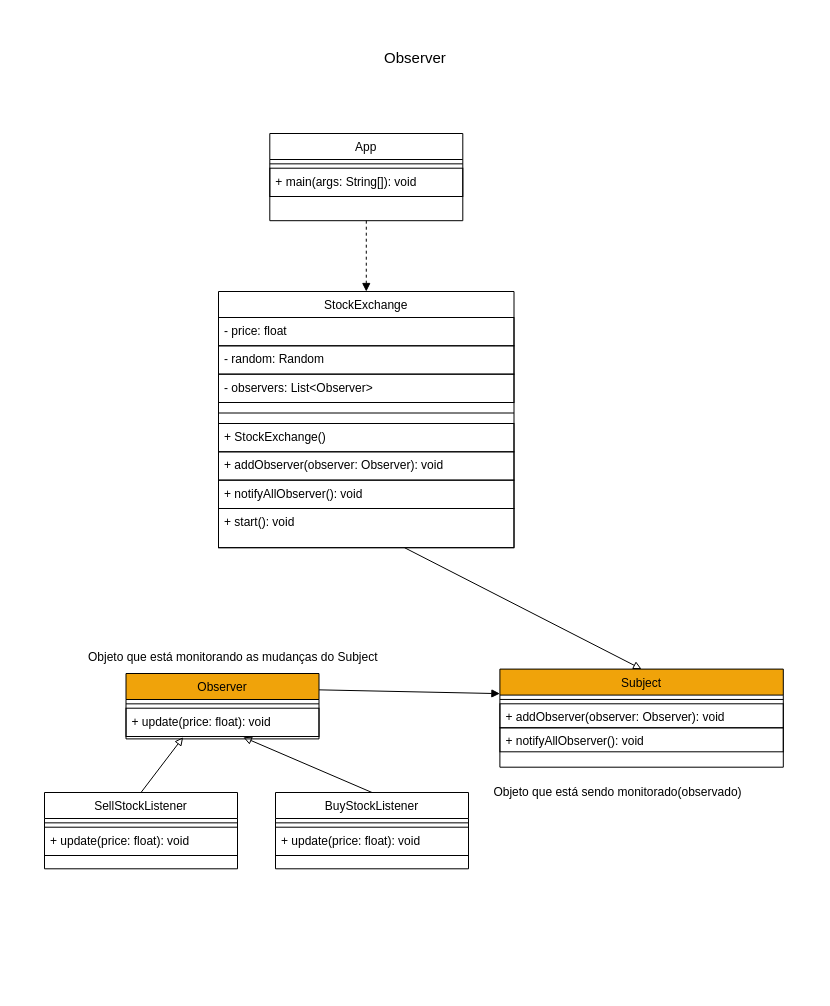
Earlier version of the draw.io diagram Engenharia de Software 3/observer/observer.drawio (Simonehk/Bertoti). Source tidied: cells renumbered, new cells numbered last; positions are measured from the earlier drawing's top-left corner, leaving out a move shared by most shapes. Both pictures are drawn from the tidied source at 100%, with x=0, y=0 at pixel (17, 17).
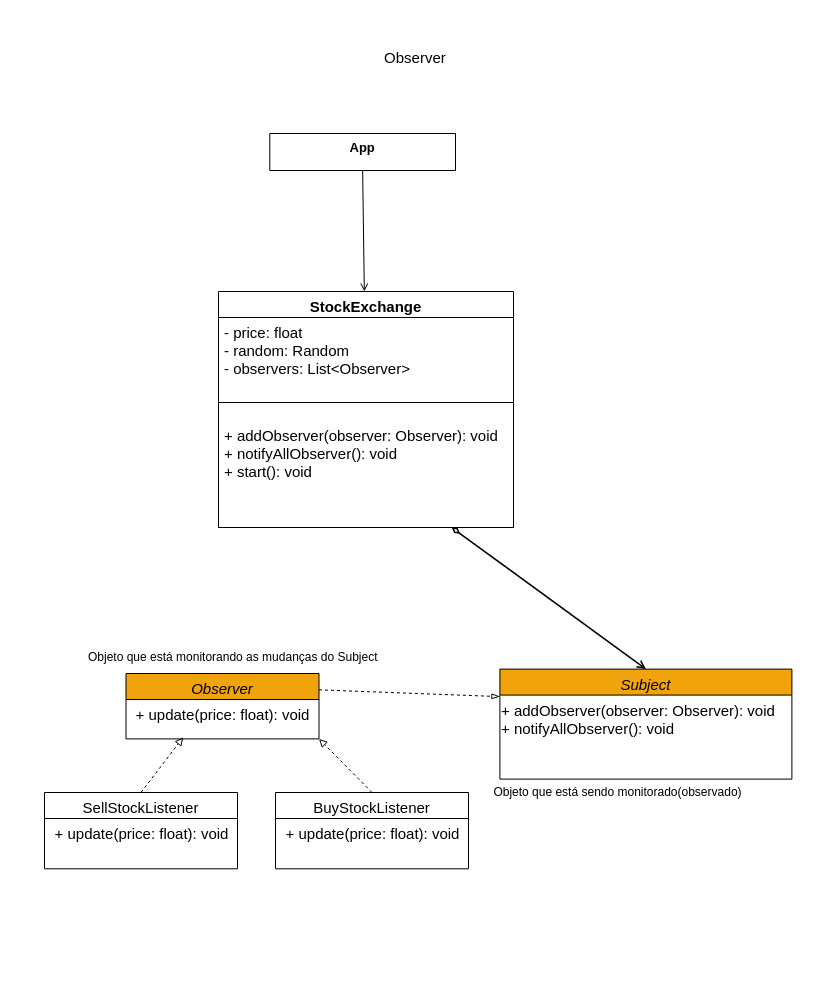
The same diagram, later.

What changed in the source:
```diff
@@
-    <mxCell id="2" style="group;" parent="1" vertex="1">
+    <mxCell id="2" style="group;fillColor=none;align=left;" parent="1" vertex="1">
       <mxGeometry width="796" height="972" as="geometry" />
     </mxCell>
-    <mxCell id="3" value="App" style="swimlane;fontStyle=0;align=center;verticalAlign=top;horizontal=1;startSize=26;rounded=0;shadow=0;strokeWidth=1;fontColor=#000000;strokeColor=#000000;" parent="2" vertex="1">
-      <mxGeometry x="252.3" y="116" width="193" height="87.2" as="geometry" />
+    <mxCell id="3" value="App" style="swimlane;fontStyle=1;align=center;verticalAlign=top;horizontal=1;startSize=87;rounded=0;shadow=0;strokeWidth=1;fontColor=#000000;strokeColor=#000000;fillColor=none;fontSize=13;" parent="2" vertex="1">
+      <mxGeometry x="252.3" y="116" width="185.7" height="37" as="geometry" />
     </mxCell>
-    <mxCell id="4" style="line;html=1;strokeWidth=1;align=left;verticalAlign=middle;spacingTop=-1;spacingLeft=3;spacingRight=3;labelPosition=right;fontColor=#000000;strokeColor=#000000;" parent="3" vertex="1">
-      <mxGeometry y="26" width="193" height="8.7" as="geometry" />
-    </mxCell>
-    <mxCell id="5" value="+ main(args: String[]): void" style="text;align=left;verticalAlign=top;spacingLeft=4;spacingRight=4;overflow=hidden;fontColor=#000000;strokeColor=#000000;" parent="3" vertex="1">
-      <mxGeometry y="34.7" width="193" height="28.3" as="geometry" />
-    </mxCell>
-    <mxCell id="6" value="Observer" style="swimlane;fontStyle=0;align=center;verticalAlign=top;horizontal=1;startSize=26;rounded=0;shadow=0;strokeWidth=1;fillColor=#f0a30a;strokeColor=#000000;fontColor=#000000;" parent="2" vertex="1">
+    <mxCell id="6" value="Observer" style="swimlane;fontStyle=2;align=center;verticalAlign=top;horizontal=1;startSize=26;rounded=0;shadow=0;strokeWidth=1;fillColor=#f0a30a;strokeColor=#000000;fontColor=#000000;fontSize=15;" parent="2" vertex="1">
       <mxGeometry x="108.5" y="656" width="193" height="65.4" as="geometry" />
     </mxCell>
-    <mxCell id="7" style="line;html=1;strokeWidth=1;align=left;verticalAlign=middle;spacingTop=-1;spacingLeft=3;spacingRight=3;labelPosition=right;fontColor=#000000;strokeColor=#000000;" parent="6" vertex="1">
-      <mxGeometry y="26" width="193" height="8.7" as="geometry" />
-    </mxCell>
-    <mxCell id="8" value=" + update(price: float): void" style="text;align=left;verticalAlign=top;spacingLeft=4;spacingRight=4;overflow=hidden;points=[[0,0.5],[1,0.5]];portConstraint=eastwest;fontColor=#000000;strokeColor=#000000;" parent="6" vertex="1">
-      <mxGeometry y="34.7" width="193" height="28.3" as="geometry" />
-    </mxCell>
+    <mxCell id="36" value="&lt;span style=&quot;color: rgb(0, 0, 0); text-align: left;&quot;&gt;&lt;font style=&quot;font-size: 15px;&quot;&gt;+ update(price: float): void&lt;/font&gt;&lt;/span&gt;" style="text;html=1;align=center;verticalAlign=middle;strokeColor=none;fillColor=none;fontSize=13;" parent="6" vertex="1">
+      <mxGeometry y="26" width="193" height="30" as="geometry" />
+    </mxCell>
-    <mxCell id="9" value="Subject" style="swimlane;fontStyle=0;align=center;verticalAlign=top;horizontal=1;startSize=26;rounded=0;shadow=0;strokeWidth=1;fillColor=#f0a30a;fontColor=#000000;strokeColor=#000000;" parent="2" vertex="1">
-      <mxGeometry x="482.4" y="651.6" width="283.4" height="98.1" as="geometry" />
+    <mxCell id="9" value="Subject" style="swimlane;fontStyle=2;align=center;verticalAlign=top;horizontal=1;startSize=26;rounded=0;shadow=0;strokeWidth=1;fillColor=#f0a30a;fontColor=#000000;strokeColor=#000000;fontSize=15;" parent="2" vertex="1">
+      <mxGeometry x="482.4" y="651.6" width="292" height="110" as="geometry" />
     </mxCell>
-    <mxCell id="10" style="line;html=1;strokeWidth=1;align=left;verticalAlign=middle;spacingTop=-1;spacingLeft=3;spacingRight=3;labelPosition=right;fontColor=#000000;strokeColor=#000000;" parent="9" vertex="1">
-      <mxGeometry y="26" width="283.4" height="8.7" as="geometry" />
-    </mxCell>
-    <mxCell id="11" value="+ addObserver(observer: Observer): void" style="text;align=left;verticalAlign=top;spacingLeft=4;spacingRight=4;overflow=hidden;fontColor=#000000;strokeColor=#000000;" parent="9" vertex="1">
-      <mxGeometry y="34.7" width="283.4" height="24" as="geometry" />
-    </mxCell>
-    <mxCell id="12" value="+ notifyAllObserver(): void&#10;&#10;" style="text;align=left;verticalAlign=top;spacingLeft=4;spacingRight=4;overflow=hidden;fontColor=#000000;strokeColor=#000000;" parent="9" vertex="1">
-      <mxGeometry y="58.7" width="283.4" height="24" as="geometry" />
-    </mxCell>
+    <mxCell id="37" value="&lt;font style=&quot;font-size: 15px;&quot; color=&quot;#000000&quot;&gt;+ addObserver(observer: Observer): void&lt;br&gt;+ notifyAllObserver(): void&lt;/font&gt;&lt;div style=&quot;padding: 0px; margin: 0px; font-size: 15px;&quot;&gt;&lt;font style=&quot;font-size: 15px;&quot; color=&quot;#000000&quot;&gt;&lt;br style=&quot;padding: 0px; margin: 0px;&quot;&gt;&lt;/font&gt;&lt;/div&gt;&lt;div style=&quot;padding: 0px; margin: 0px; font-size: 15px;&quot;&gt;&lt;br style=&quot;padding: 0px; margin: 0px; color: rgb(0, 0, 0);&quot;&gt;&lt;/div&gt;" style="text;html=1;align=left;verticalAlign=middle;strokeColor=none;fillColor=none;fontSize=13;" parent="9" vertex="1">
+      <mxGeometry y="26" width="292" height="84" as="geometry" />
+    </mxCell>
-    <mxCell id="13" style="edgeStyle=none;html=1;exitX=1;exitY=0.25;exitDx=0;exitDy=0;entryX=0;entryY=0.25;entryDx=0;entryDy=0;endArrow=block;endFill=1;fontColor=#000000;strokeColor=#000000;" parent="2" edge="1" source="6" target="9">
+    <mxCell id="13" style="edgeStyle=none;html=1;exitX=1;exitY=0.25;exitDx=0;exitDy=0;entryX=0;entryY=0.25;entryDx=0;entryDy=0;endArrow=blockThin;endFill=0;fontColor=#000000;strokeColor=#000000;dashed=1;" parent="2" edge="1" source="6" target="9">
       <mxGeometry relative="1" as="geometry" />
     </mxCell>
-    <mxCell id="14" style="edgeStyle=none;html=1;entryX=0.5;entryY=0;entryDx=0;entryDy=0;endArrow=block;endFill=0;fontColor=#000000;strokeColor=#000000;" parent="2" edge="1" source="23" target="9">
+    <mxCell id="14" style="edgeStyle=none;html=1;entryX=0.5;entryY=0;entryDx=0;entryDy=0;endArrow=open;endFill=0;fontColor=#000000;strokeColor=#000000;startArrow=diamondThin;startFill=0;strokeWidth=1.5;" parent="2" edge="1" source="20" target="9">
       <mxGeometry relative="1" as="geometry" />
     </mxCell>
-    <mxCell id="15" value="StockExchange" style="swimlane;fontStyle=0;align=center;verticalAlign=top;horizontal=1;startSize=26;rounded=0;shadow=0;strokeWidth=1;fontColor=#000000;strokeColor=#000000;" parent="2" vertex="1">
-      <mxGeometry x="201" y="274" width="295.5" height="256.2" as="geometry" />
+    <mxCell id="15" value="StockExchange" style="swimlane;fontStyle=1;align=center;verticalAlign=top;horizontal=1;startSize=26;rounded=0;shadow=0;strokeWidth=1;fontColor=#000000;strokeColor=#000000;fillColor=none;fontSize=15;" parent="2" vertex="1">
+      <mxGeometry x="201" y="274" width="295" height="236" as="geometry" />
     </mxCell>
-    <mxCell id="16" value="- price: float " style="text;align=left;verticalAlign=top;spacingLeft=4;spacingRight=4;overflow=hidden;fontStyle=0;fontColor=#000000;strokeColor=#000000;" parent="15" vertex="1">
-      <mxGeometry y="26" width="295.5" height="28.3" as="geometry" />
+    <mxCell id="16" value="- price: float &#10;- random: Random&#10;- observers: List&lt;Observer&gt;" style="text;align=left;verticalAlign=top;spacingLeft=4;spacingRight=4;overflow=hidden;fontStyle=0;fontColor=#000000;strokeColor=#000000;fontSize=15;" parent="15" vertex="1">
+      <mxGeometry y="26" width="295" height="85" as="geometry" />
     </mxCell>
-    <mxCell id="17" value="- random: Random" style="text;align=left;verticalAlign=top;spacingLeft=4;spacingRight=4;overflow=hidden;fontStyle=0;fontColor=#000000;strokeColor=#000000;" parent="15" vertex="1">
-      <mxGeometry y="54.3" width="295.5" height="28.3" as="geometry" />
-    </mxCell>
-    <mxCell id="18" value="- observers: List&lt;Observer&gt;" style="text;align=left;verticalAlign=top;spacingLeft=4;spacingRight=4;overflow=hidden;fontStyle=0;fontColor=#000000;strokeColor=#000000;" parent="15" vertex="1">
-      <mxGeometry y="82.7" width="295.5" height="28.3" as="geometry" />
-    </mxCell>
-    <mxCell id="19" style="line;html=1;strokeWidth=1;align=left;verticalAlign=middle;spacingTop=-1;spacingLeft=3;spacingRight=3;labelPosition=right;fontColor=#000000;strokeColor=#000000;" parent="15" vertex="1">
-      <mxGeometry y="111" width="295.5" height="21" as="geometry" />
-    </mxCell>
-    <mxCell id="20" value=" + StockExchange()" style="text;align=left;verticalAlign=top;spacingLeft=4;spacingRight=4;overflow=hidden;points=[[0,0.5],[1,0.5]];portConstraint=eastwest;fontStyle=0;fontColor=#000000;strokeColor=#000000;" parent="15" vertex="1">
-      <mxGeometry y="132" width="295.5" height="28.3" as="geometry" />
+    <mxCell id="20" value="&#10;+ addObserver(observer: Observer): void&#10;+ notifyAllObserver(): void&#10;+ start(): void&#10;&#10;" style="text;align=left;verticalAlign=top;spacingLeft=4;spacingRight=4;overflow=hidden;points=[[0,0.5],[1,0.5]];portConstraint=eastwest;fontStyle=0;fontColor=#000000;strokeColor=#000000;fontSize=15;" parent="15" vertex="1">
+      <mxGeometry y="111" width="295" height="125" as="geometry" />
     </mxCell>
-    <mxCell id="21" value="+ addObserver(observer: Observer): void" style="text;align=left;verticalAlign=top;spacingLeft=4;spacingRight=4;overflow=hidden;fontStyle=0;fontColor=#000000;strokeColor=#000000;" parent="15" vertex="1">
-      <mxGeometry y="160.3" width="295.5" height="28.3" as="geometry" />
-    </mxCell>
-    <mxCell id="22" value=" + notifyAllObserver(): void" style="text;align=left;verticalAlign=top;spacingLeft=4;spacingRight=4;overflow=hidden;fontStyle=0;fontColor=#000000;strokeColor=#000000;" parent="15" vertex="1">
-      <mxGeometry y="188.7" width="295.5" height="28.3" as="geometry" />
-    </mxCell>
-    <mxCell id="23" value="+ start(): void&#10;&#10;" style="text;align=left;verticalAlign=top;spacingLeft=4;spacingRight=4;overflow=hidden;points=[[0,0.5],[1,0.5]];portConstraint=eastwest;fontColor=#000000;strokeColor=#000000;" parent="15" vertex="1">
-      <mxGeometry y="217" width="295.5" height="39.2" as="geometry" />
-    </mxCell>
-    <mxCell id="24" style="edgeStyle=none;html=1;exitX=0.5;exitY=0;exitDx=0;exitDy=0;entryX=0.296;entryY=1.026;entryDx=0;entryDy=0;entryPerimeter=0;endArrow=block;endFill=0;fontColor=#000000;strokeColor=#000000;" parent="2" edge="1" source="25" target="8">
-      <mxGeometry relative="1" as="geometry" />
+    <mxCell id="24" style="edgeStyle=none;html=1;exitX=0.5;exitY=0;exitDx=0;exitDy=0;entryX=0.296;entryY=1.026;entryDx=0;entryDy=0;entryPerimeter=0;endArrow=block;endFill=0;fontColor=#000000;strokeColor=#000000;dashed=1;" parent="2" edge="1" source="25">
+      <mxGeometry relative="1" as="geometry">
+        <mxPoint x="165.7" y="719.8" as="targetPoint" />
+      </mxGeometry>
     </mxCell>
-    <mxCell id="25" value="SellStockListener" style="swimlane;fontStyle=0;align=center;verticalAlign=top;horizontal=1;startSize=26;rounded=0;shadow=0;strokeWidth=1;fontColor=#000000;strokeColor=#000000;" parent="2" vertex="1">
+    <mxCell id="25" value="SellStockListener" style="swimlane;fontStyle=0;align=center;verticalAlign=top;horizontal=1;startSize=26;rounded=0;shadow=0;strokeWidth=1;fontColor=#000000;strokeColor=#000000;fillColor=none;fontSize=15;" parent="2" vertex="1">
       <mxGeometry x="27" y="775" width="193" height="76.3" as="geometry" />
     </mxCell>
-    <mxCell id="26" style="line;html=1;strokeWidth=1;align=left;verticalAlign=middle;spacingTop=-1;spacingLeft=3;spacingRight=3;labelPosition=right;fontColor=#000000;strokeColor=#000000;" parent="25" vertex="1">
-      <mxGeometry y="26" width="193" height="8.7" as="geometry" />
-    </mxCell>
-    <mxCell id="27" value="+ update(price: float): void" style="text;align=left;verticalAlign=top;spacingLeft=4;spacingRight=4;overflow=hidden;fontStyle=0;fontColor=#000000;strokeColor=#000000;" parent="25" vertex="1">
-      <mxGeometry y="34.7" width="193" height="28.3" as="geometry" />
-    </mxCell>
+    <mxCell id="38" value="&lt;span style=&quot;text-align: left;&quot;&gt;&lt;font style=&quot;font-size: 15px;&quot;&gt;+ update(price: float): void&lt;/font&gt;&lt;/span&gt;" style="text;html=1;align=center;verticalAlign=middle;strokeColor=none;fillColor=none;fontSize=13;fontColor=#000000;" parent="25" vertex="1">
+      <mxGeometry y="26" width="193" height="30" as="geometry" />
+    </mxCell>
-    <mxCell id="28" style="edgeStyle=none;html=1;exitX=0.5;exitY=0;exitDx=0;exitDy=0;entryX=0.608;entryY=1.026;entryDx=0;entryDy=0;entryPerimeter=0;endArrow=block;endFill=0;fontColor=#000000;strokeColor=#000000;" parent="2" edge="1" source="29" target="8">
+    <mxCell id="28" style="edgeStyle=none;html=1;exitX=0.5;exitY=0;exitDx=0;exitDy=0;entryX=1;entryY=1;entryDx=0;entryDy=0;endArrow=block;endFill=0;fontColor=#000000;strokeColor=#000000;dashed=1;" parent="2" edge="1" source="29" target="6">
       <mxGeometry relative="1" as="geometry" />
     </mxCell>
-    <mxCell id="29" value="BuyStockListener" style="swimlane;fontStyle=0;align=center;verticalAlign=top;horizontal=1;startSize=26;rounded=0;shadow=0;strokeWidth=1;fontColor=#000000;strokeColor=#000000;" parent="2" vertex="1">
+    <mxCell id="29" value="BuyStockListener" style="swimlane;fontStyle=0;align=center;verticalAlign=top;horizontal=1;startSize=26;rounded=0;shadow=0;strokeWidth=1;fontColor=#000000;strokeColor=#000000;fillColor=none;fontSize=15;" parent="2" vertex="1">
       <mxGeometry x="258" y="775" width="193" height="76.3" as="geometry" />
     </mxCell>
-    <mxCell id="30" style="line;html=1;strokeWidth=1;align=left;verticalAlign=middle;spacingTop=-1;spacingLeft=3;spacingRight=3;labelPosition=right;fontColor=#000000;strokeColor=#000000;" parent="29" vertex="1">
-      <mxGeometry y="26" width="193" height="8.7" as="geometry" />
-    </mxCell>
-    <mxCell id="31" value="+ update(price: float): void" style="text;align=left;verticalAlign=top;spacingLeft=4;spacingRight=4;overflow=hidden;fontStyle=0;fontColor=#000000;strokeColor=#000000;" parent="29" vertex="1">
-      <mxGeometry y="34.7" width="193" height="28.3" as="geometry" />
-    </mxCell>
+    <mxCell id="39" value="&lt;span style=&quot;text-align: left;&quot;&gt;&lt;font style=&quot;font-size: 15px;&quot;&gt;+ update(price: float): void&lt;/font&gt;&lt;/span&gt;" style="text;html=1;align=center;verticalAlign=middle;strokeColor=none;fillColor=none;fontSize=13;fontColor=#000000;" parent="29" vertex="1">
+      <mxGeometry y="26" width="193" height="30" as="geometry" />
+    </mxCell>
-    <mxCell id="32" style="edgeStyle=none;html=1;endArrow=block;endFill=1;dashed=1;exitX=0.5;exitY=1;exitDx=0;exitDy=0;fontColor=#000000;strokeColor=#000000;" parent="2" edge="1" source="3" target="15">
+    <mxCell id="32" style="edgeStyle=none;html=1;endArrow=open;endFill=0;exitX=0.5;exitY=1;exitDx=0;exitDy=0;fontColor=#000000;strokeColor=#000000;" parent="2" edge="1" source="3" target="15">
       <mxGeometry relative="1" as="geometry" />
     </mxCell>
```
